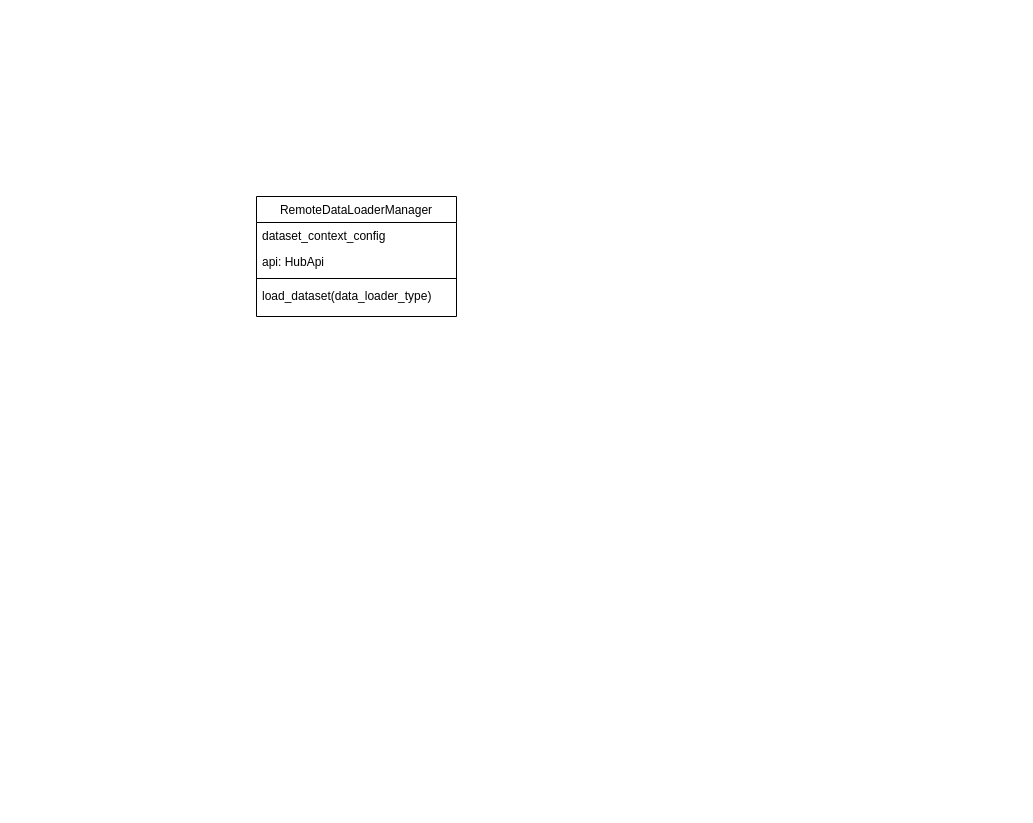
This is page "v_0.1" (1 of 2) of graphs/modelscope_class_diagram.drawio from zhongchun/daily, a draw.io file, before an edit. Source tidied: cells renumbered, new cells numbered last; positions are measured from the earlier drawing's top-left corner, leaving out a move shared by most shapes. Both pictures are drawn from the tidied source at 100%, with x=0, y=0 at pixel (256, 196).
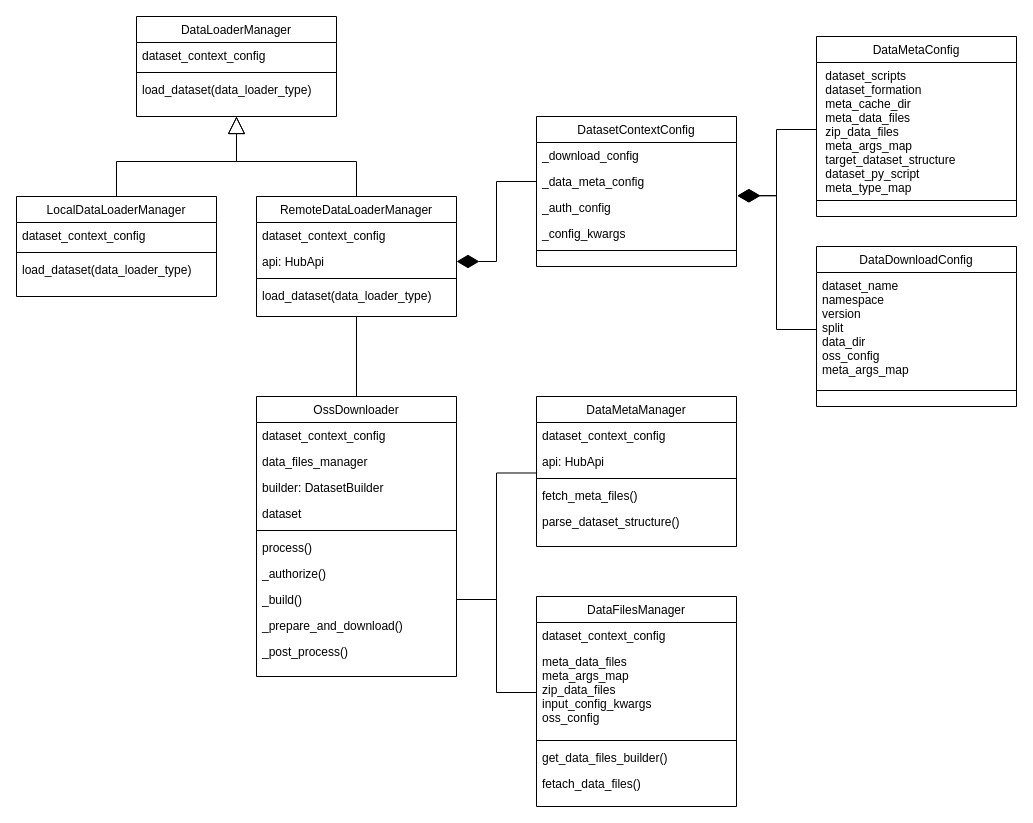
The same page after the edit.

The change refers to these unchanged cells:
```xml
<mxCell id="2" value="RemoteDataLoaderManager" style="swimlane;fontStyle=0;align=center;verticalAlign=top;horizontal=1;startSize=26;rounded=0;shadow=0;strokeWidth=1;" parent="1" vertex="1">
  <mxGeometry width="200" height="120" as="geometry" />
</mxCell>
<mxCell id="4" value="api: HubApi" style="text;align=left;verticalAlign=top;spacingLeft=4;spacingRight=4;overflow=hidden;points=[[0,0.5],[1,0.5]];portConstraint=eastwest;rounded=0;shadow=0;html=0;" parent="2" vertex="1">
  <mxGeometry y="52" width="200" height="26" as="geometry" />
</mxCell>
```

Diff of the diagram source:
```diff
@@
+    <mxCell id="7" style="rounded=0;jettySize=auto;html=1;entryX=0.5;entryY=1;entryDx=0;entryDy=0;endArrow=block;endFill=0;endSize=15;startSize=15;exitX=0.5;exitY=0;exitDx=0;exitDy=0;edgeStyle=orthogonalEdgeStyle;" parent="1" edge="1" source="2" target="9">
+      <mxGeometry relative="1" as="geometry" />
+    </mxCell>
+    <mxCell id="8" style="rounded=0;jettySize=auto;html=1;entryX=0.5;entryY=0;entryDx=0;entryDy=0;endArrow=none;endFill=0;" parent="1" edge="1" source="2" target="25">
+      <mxGeometry relative="1" as="geometry" />
+    </mxCell>
@@
+    <mxCell id="9" value="DataLoaderManager" style="swimlane;fontStyle=0;align=center;verticalAlign=top;horizontal=1;startSize=26;rounded=0;shadow=0;strokeWidth=1;" parent="1" vertex="1">
+      <mxGeometry x="-120" y="-180" width="200" height="100" as="geometry" />
+    </mxCell>
+    <mxCell id="10" value="dataset_context_config" style="text;align=left;verticalAlign=top;spacingLeft=4;spacingRight=4;overflow=hidden;" parent="9" vertex="1">
+      <mxGeometry y="26" width="200" height="26" as="geometry" />
+    </mxCell>
+    <mxCell id="11" style="line;html=1;strokeWidth=1;align=left;verticalAlign=middle;spacingTop=-1;spacingLeft=3;spacingRight=3;labelPosition=right;" parent="9" vertex="1">
+      <mxGeometry y="52" width="200" height="8" as="geometry" />
+    </mxCell>
+    <mxCell id="12" value="load_dataset(data_loader_type)" style="text;align=left;verticalAlign=top;spacingLeft=4;spacingRight=4;overflow=hidden;fontStyle=0;" parent="9" vertex="1">
+      <mxGeometry y="60" width="200" height="26" as="geometry" />
+    </mxCell>
+    <mxCell id="13" value="LocalDataLoaderManager" style="swimlane;fontStyle=0;align=center;verticalAlign=top;horizontal=1;startSize=26;rounded=0;shadow=0;strokeWidth=1;" parent="1" vertex="1">
+      <mxGeometry x="-240" width="200" height="100" as="geometry" />
+    </mxCell>
+    <mxCell id="14" value="dataset_context_config" style="text;align=left;verticalAlign=top;spacingLeft=4;spacingRight=4;overflow=hidden;" parent="13" vertex="1">
+      <mxGeometry y="26" width="200" height="26" as="geometry" />
+    </mxCell>
+    <mxCell id="15" style="line;html=1;strokeWidth=1;align=left;verticalAlign=middle;spacingTop=-1;spacingLeft=3;spacingRight=3;labelPosition=right;" parent="13" vertex="1">
+      <mxGeometry y="52" width="200" height="8" as="geometry" />
+    </mxCell>
+    <mxCell id="16" value="load_dataset(data_loader_type)" style="text;align=left;verticalAlign=top;spacingLeft=4;spacingRight=4;overflow=hidden;fontStyle=0;" parent="13" vertex="1">
+      <mxGeometry y="60" width="200" height="26" as="geometry" />
+    </mxCell>
+    <mxCell id="17" style="rounded=0;jettySize=auto;html=1;endArrow=block;endFill=0;endSize=15;startSize=15;exitX=0.5;exitY=0;exitDx=0;exitDy=0;entryX=0.5;entryY=1;entryDx=0;entryDy=0;edgeStyle=orthogonalEdgeStyle;" parent="1" edge="1" source="13" target="9">
+      <mxGeometry relative="1" as="geometry" />
+    </mxCell>
+    <mxCell id="18" value="DatasetContextConfig" style="swimlane;fontStyle=0;align=center;verticalAlign=top;horizontal=1;startSize=26;rounded=0;shadow=0;strokeWidth=1;" parent="1" vertex="1">
+      <mxGeometry x="280" y="-80" width="200" height="150" as="geometry" />
+    </mxCell>
+    <mxCell id="19" value="_download_config" style="text;align=left;verticalAlign=top;spacingLeft=4;spacingRight=4;overflow=hidden;" parent="18" vertex="1">
+      <mxGeometry y="26" width="200" height="26" as="geometry" />
+    </mxCell>
+    <mxCell id="20" value="_data_meta_config" style="text;align=left;verticalAlign=top;spacingLeft=4;spacingRight=4;overflow=hidden;points=[[0,0.5],[1,0.5]];portConstraint=eastwest;rounded=0;shadow=0;html=0;" parent="18" vertex="1">
+      <mxGeometry y="52" width="200" height="26" as="geometry" />
+    </mxCell>
+    <mxCell id="21" value="_auth_config" style="text;align=left;verticalAlign=top;spacingLeft=4;spacingRight=4;overflow=hidden;points=[[0,0.5],[1,0.5]];portConstraint=eastwest;rounded=0;shadow=0;html=0;" parent="18" vertex="1">
+      <mxGeometry y="78" width="200" height="26" as="geometry" />
+    </mxCell>
+    <mxCell id="22" value="_config_kwargs" style="text;align=left;verticalAlign=top;spacingLeft=4;spacingRight=4;overflow=hidden;rounded=0;shadow=0;html=0;" parent="18" vertex="1">
+      <mxGeometry y="104" width="200" height="26" as="geometry" />
+    </mxCell>
+    <mxCell id="23" style="line;html=1;strokeWidth=1;align=left;verticalAlign=middle;spacingTop=-1;spacingLeft=3;spacingRight=3;labelPosition=right;" parent="18" vertex="1">
+      <mxGeometry y="130" width="200" height="8" as="geometry" />
+    </mxCell>
+    <mxCell id="24" style="rounded=0;jettySize=auto;html=1;entryX=1;entryY=0.5;entryDx=0;entryDy=0;endArrow=diamondThin;endFill=1;endSize=20;startSize=20;exitX=0;exitY=0.5;exitDx=0;exitDy=0;edgeStyle=orthogonalEdgeStyle;" parent="1" edge="1" source="20" target="4">
+      <mxGeometry relative="1" as="geometry">
+        <Array as="points">
+          <mxPoint x="240" y="-15" />
+          <mxPoint x="240" y="65" />
+        </Array>
+      </mxGeometry>
+    </mxCell>
+    <mxCell id="25" value="OssDownloader" style="swimlane;fontStyle=0;align=center;verticalAlign=top;horizontal=1;startSize=26;rounded=0;shadow=0;strokeWidth=1;" parent="1" vertex="1">
+      <mxGeometry y="200" width="200" height="280" as="geometry" />
+    </mxCell>
+    <mxCell id="26" value="dataset_context_config" style="text;align=left;verticalAlign=top;spacingLeft=4;spacingRight=4;overflow=hidden;" parent="25" vertex="1">
+      <mxGeometry y="26" width="200" height="26" as="geometry" />
+    </mxCell>
+    <mxCell id="27" value="data_files_manager" style="text;align=left;verticalAlign=top;spacingLeft=4;spacingRight=4;overflow=hidden;rounded=0;shadow=0;html=0;" parent="25" vertex="1">
+      <mxGeometry y="52" width="200" height="26" as="geometry" />
+    </mxCell>
+    <mxCell id="28" value="builder: DatasetBuilder" style="text;align=left;verticalAlign=top;spacingLeft=4;spacingRight=4;overflow=hidden;rounded=0;shadow=0;html=0;" parent="25" vertex="1">
+      <mxGeometry y="78" width="200" height="26" as="geometry" />
+    </mxCell>
+    <mxCell id="29" value="dataset" style="text;align=left;verticalAlign=top;spacingLeft=4;spacingRight=4;overflow=hidden;rounded=0;shadow=0;html=0;" parent="25" vertex="1">
+      <mxGeometry y="104" width="200" height="26" as="geometry" />
+    </mxCell>
+    <mxCell id="30" style="line;html=1;strokeWidth=1;align=left;verticalAlign=middle;spacingTop=-1;spacingLeft=3;spacingRight=3;labelPosition=right;" parent="25" vertex="1">
+      <mxGeometry y="130" width="200" height="8" as="geometry" />
+    </mxCell>
+    <mxCell id="31" value="process()" style="text;align=left;verticalAlign=top;spacingLeft=4;spacingRight=4;overflow=hidden;fontStyle=0;" parent="25" vertex="1">
+      <mxGeometry y="138" width="200" height="26" as="geometry" />
+    </mxCell>
+    <mxCell id="32" value="_authorize()" style="text;align=left;verticalAlign=top;spacingLeft=4;spacingRight=4;overflow=hidden;fontStyle=0;" parent="25" vertex="1">
+      <mxGeometry y="164" width="200" height="26" as="geometry" />
+    </mxCell>
+    <mxCell id="33" value="_build()" style="text;align=left;verticalAlign=top;spacingLeft=4;spacingRight=4;overflow=hidden;points=[[0,0.5],[1,0.5]];portConstraint=eastwest;fontStyle=0;" parent="25" vertex="1">
+      <mxGeometry y="190" width="200" height="26" as="geometry" />
+    </mxCell>
+    <mxCell id="34" value="_prepare_and_download()" style="text;align=left;verticalAlign=top;spacingLeft=4;spacingRight=4;overflow=hidden;fontStyle=0;" parent="25" vertex="1">
+      <mxGeometry y="216" width="200" height="26" as="geometry" />
+    </mxCell>
+    <mxCell id="35" value="_post_process()" style="text;align=left;verticalAlign=top;spacingLeft=4;spacingRight=4;overflow=hidden;fontStyle=0;" parent="25" vertex="1">
+      <mxGeometry y="242" width="200" height="32" as="geometry" />
+    </mxCell>
+    <mxCell id="36" value="DataMetaConfig" style="swimlane;fontStyle=0;align=center;verticalAlign=top;horizontal=1;startSize=26;rounded=0;shadow=0;strokeWidth=1;" parent="1" vertex="1">
+      <mxGeometry x="560" y="-160" width="200" height="180" as="geometry" />
+    </mxCell>
+    <mxCell id="37" value=" dataset_scripts&#10; dataset_formation&#10; meta_cache_dir&#10; meta_data_files&#10; zip_data_files&#10; meta_args_map&#10; target_dataset_structure&#10; dataset_py_script&#10; meta_type_map&#10;" style="text;align=left;verticalAlign=top;spacingLeft=4;spacingRight=4;overflow=hidden;points=[[0,0.5],[1,0.5]];portConstraint=eastwest;" parent="36" vertex="1">
+      <mxGeometry y="26" width="200" height="134" as="geometry" />
+    </mxCell>
+    <mxCell id="38" style="line;html=1;strokeWidth=1;align=left;verticalAlign=middle;spacingTop=-1;spacingLeft=3;spacingRight=3;labelPosition=right;" parent="36" vertex="1">
+      <mxGeometry y="160" width="200" height="8" as="geometry" />
+    </mxCell>
+    <mxCell id="39" value="DataDownloadConfig" style="swimlane;fontStyle=0;align=center;verticalAlign=top;horizontal=1;startSize=26;rounded=0;shadow=0;strokeWidth=1;" parent="1" vertex="1">
+      <mxGeometry x="560" y="50" width="200" height="160" as="geometry" />
+    </mxCell>
+    <mxCell id="40" value="dataset_name&#10;namespace&#10;version&#10;split&#10;data_dir&#10;oss_config&#10;meta_args_map" style="text;align=left;verticalAlign=top;spacingLeft=4;spacingRight=4;overflow=hidden;points=[[0,0.5],[1,0.5]];portConstraint=eastwest;" parent="39" vertex="1">
+      <mxGeometry y="26" width="200" height="114" as="geometry" />
+    </mxCell>
+    <mxCell id="41" style="line;html=1;strokeWidth=1;align=left;verticalAlign=middle;spacingTop=-1;spacingLeft=3;spacingRight=3;labelPosition=right;" parent="39" vertex="1">
+      <mxGeometry y="140" width="200" height="8" as="geometry" />
+    </mxCell>
+    <mxCell id="42" style="edgeStyle=orthogonalEdgeStyle;rounded=0;jettySize=auto;html=1;endArrow=diamondThin;endFill=1;endSize=20;startSize=20;entryX=1.006;entryY=1.048;entryDx=0;entryDy=0;entryPerimeter=0;" parent="1" edge="1" source="37" target="20">
+      <mxGeometry relative="1" as="geometry">
+        <Array as="points">
+          <mxPoint x="520" y="-67" />
+          <mxPoint x="520" y="-1" />
+        </Array>
+      </mxGeometry>
+    </mxCell>
+    <mxCell id="43" style="rounded=0;jettySize=auto;html=1;endArrow=diamondThin;endFill=1;endSize=20;startSize=20;entryX=1.003;entryY=0.048;entryDx=0;entryDy=0;entryPerimeter=0;exitX=0;exitY=0.5;exitDx=0;exitDy=0;edgeStyle=orthogonalEdgeStyle;" parent="1" edge="1" source="40" target="21">
+      <mxGeometry relative="1" as="geometry">
+        <Array as="points">
+          <mxPoint x="520" y="133" />
+          <mxPoint x="520" y="-1" />
+        </Array>
+      </mxGeometry>
+    </mxCell>
+    <mxCell id="44" value="DataMetaManager" style="swimlane;fontStyle=0;align=center;verticalAlign=top;horizontal=1;startSize=26;rounded=0;shadow=0;strokeWidth=1;" parent="1" vertex="1">
+      <mxGeometry x="280" y="200" width="200" height="150" as="geometry" />
+    </mxCell>
+    <mxCell id="45" value="dataset_context_config" style="text;align=left;verticalAlign=top;spacingLeft=4;spacingRight=4;overflow=hidden;" parent="44" vertex="1">
+      <mxGeometry y="26" width="200" height="26" as="geometry" />
+    </mxCell>
+    <mxCell id="46" value="api: HubApi" style="text;align=left;verticalAlign=top;spacingLeft=4;spacingRight=4;overflow=hidden;points=[[0,0.5],[1,0.5]];portConstraint=eastwest;rounded=0;shadow=0;html=0;" parent="44" vertex="1">
+      <mxGeometry y="52" width="200" height="26" as="geometry" />
+    </mxCell>
+    <mxCell id="47" style="line;html=1;strokeWidth=1;align=left;verticalAlign=middle;spacingTop=-1;spacingLeft=3;spacingRight=3;labelPosition=right;" parent="44" vertex="1">
+      <mxGeometry y="78" width="200" height="8" as="geometry" />
+    </mxCell>
+    <mxCell id="48" value="fetch_meta_files()" style="text;align=left;verticalAlign=top;spacingLeft=4;spacingRight=4;overflow=hidden;fontStyle=0;" parent="44" vertex="1">
+      <mxGeometry y="86" width="200" height="26" as="geometry" />
+    </mxCell>
+    <mxCell id="49" value="parse_dataset_structure()" style="text;align=left;verticalAlign=top;spacingLeft=4;spacingRight=4;overflow=hidden;fontStyle=0;" parent="44" vertex="1">
+      <mxGeometry y="112" width="200" height="26" as="geometry" />
+    </mxCell>
+    <mxCell id="50" style="endArrow=none;html=1;rounded=0;entryX=1;entryY=0.5;entryDx=0;entryDy=0;exitX=0.003;exitY=0.942;exitDx=0;exitDy=0;exitPerimeter=0;edgeStyle=orthogonalEdgeStyle;" parent="1" edge="1" source="46" target="33">
+      <mxGeometry relative="1" as="geometry" />
+    </mxCell>
+    <mxCell id="51" value="DataFilesManager" style="swimlane;fontStyle=0;align=center;verticalAlign=top;horizontal=1;startSize=26;rounded=0;shadow=0;strokeWidth=1;" parent="1" vertex="1">
+      <mxGeometry x="280" y="400" width="200" height="210" as="geometry" />
+    </mxCell>
+    <mxCell id="52" value="dataset_context_config" style="text;align=left;verticalAlign=top;spacingLeft=4;spacingRight=4;overflow=hidden;" parent="51" vertex="1">
+      <mxGeometry y="26" width="200" height="26" as="geometry" />
+    </mxCell>
+    <mxCell id="53" value="meta_data_files&#10;meta_args_map&#10;zip_data_files&#10;input_config_kwargs&#10;oss_config&#10;" style="text;align=left;verticalAlign=top;spacingLeft=4;spacingRight=4;overflow=hidden;points=[[0,0.5],[1,0.5]];portConstraint=eastwest;rounded=0;shadow=0;html=0;" parent="51" vertex="1">
+      <mxGeometry y="52" width="200" height="88" as="geometry" />
+    </mxCell>
+    <mxCell id="54" style="line;html=1;strokeWidth=1;align=left;verticalAlign=middle;spacingTop=-1;spacingLeft=3;spacingRight=3;labelPosition=right;" parent="51" vertex="1">
+      <mxGeometry y="140" width="200" height="8" as="geometry" />
+    </mxCell>
+    <mxCell id="55" value="get_data_files_builder()" style="text;align=left;verticalAlign=top;spacingLeft=4;spacingRight=4;overflow=hidden;fontStyle=0;" parent="51" vertex="1">
+      <mxGeometry y="148" width="200" height="26" as="geometry" />
+    </mxCell>
+    <mxCell id="56" value="fetach_data_files()" style="text;align=left;verticalAlign=top;spacingLeft=4;spacingRight=4;overflow=hidden;fontStyle=0;" parent="51" vertex="1">
+      <mxGeometry y="174" width="200" height="26" as="geometry" />
+    </mxCell>
+    <mxCell id="57" style="endArrow=none;html=1;rounded=0;entryX=1;entryY=0.5;entryDx=0;entryDy=0;exitX=0;exitY=0.5;exitDx=0;exitDy=0;edgeStyle=orthogonalEdgeStyle;" parent="1" edge="1" source="53" target="33">
+      <mxGeometry relative="1" as="geometry" />
+    </mxCell>
```
